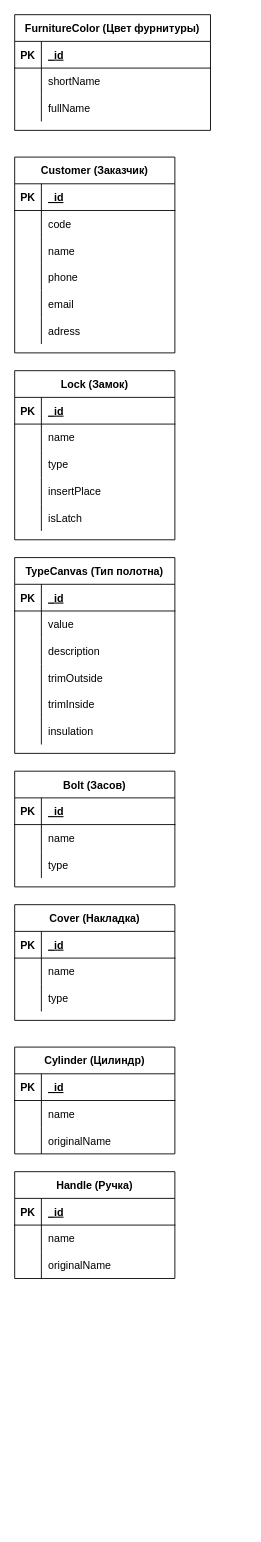
ProSysYo/bunker keeps this draw.io diagram as schema.drawio. Above is the earlier version. Source tidied: cells renumbered, new cells numbered last; positions are measured from the earlier drawing's top-left corner, leaving out a move shared by most shapes. Both pictures are drawn from the tidied source at 89%, with x=0, y=0 at pixel (14, 14).
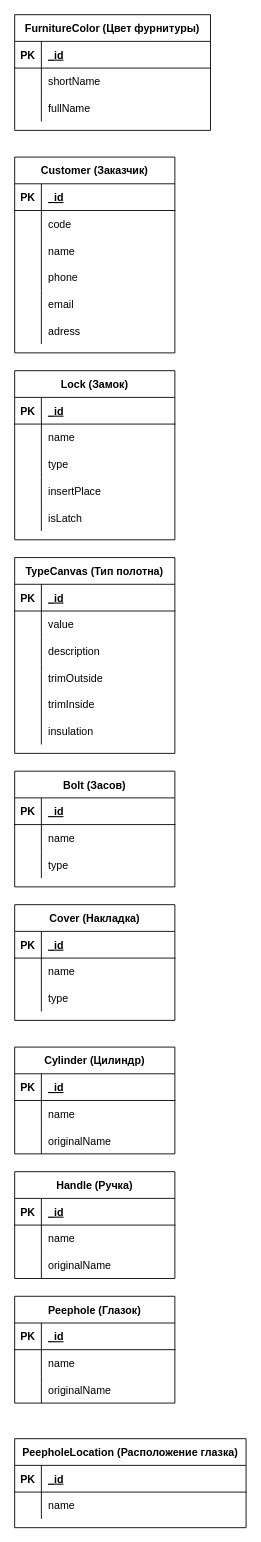
The same page after the edit.

What changed in the source:
```diff
@@
+    <mxCell id="106" value="Peephole (Глазок)" style="shape=table;startSize=30;childLayout=tableLayout;rowLines=0;fontStyle=1;align=center;" parent="1" vertex="1">
+      <mxGeometry y="1440" width="180" height="120" as="geometry" />
+    </mxCell>
+    <mxCell id="107" style="shape=partialRectangle;fillColor=none;top=0;left=0;bottom=1;right=0;" parent="106" vertex="1">
+      <mxGeometry y="30" width="180" height="30" as="geometry" />
+    </mxCell>
+    <mxCell id="108" value="PK" style="shape=partialRectangle;fillColor=none;top=0;left=0;bottom=0;right=0;fontStyle=1;overflow=hidden;" parent="107" vertex="1">
+      <mxGeometry width="30" height="30" as="geometry" />
+    </mxCell>
+    <mxCell id="109" value="_id" style="shape=partialRectangle;fillColor=none;top=0;left=0;bottom=0;right=0;align=left;spacingLeft=6;fontStyle=5;overflow=hidden;" parent="107" vertex="1">
+      <mxGeometry x="30" width="150" height="30" as="geometry" />
+    </mxCell>
+    <mxCell id="110" style="shape=partialRectangle;fillColor=none;top=0;left=0;bottom=0;right=0;" parent="106" vertex="1">
+      <mxGeometry y="60" width="180" height="30" as="geometry" />
+    </mxCell>
+    <mxCell id="111" style="shape=partialRectangle;fillColor=none;top=0;left=0;bottom=0;right=0;overflow=hidden;" parent="110" vertex="1">
+      <mxGeometry width="30" height="30" as="geometry" />
+    </mxCell>
+    <mxCell id="112" value="name" style="shape=partialRectangle;fillColor=none;top=0;left=0;bottom=0;right=0;align=left;spacingLeft=6;overflow=hidden;" parent="110" vertex="1">
+      <mxGeometry x="30" width="150" height="30" as="geometry" />
+    </mxCell>
+    <mxCell id="113" style="shape=partialRectangle;fillColor=none;top=0;left=0;bottom=0;right=0;" parent="106" vertex="1">
+      <mxGeometry y="90" width="180" height="30" as="geometry" />
+    </mxCell>
+    <mxCell id="114" style="shape=partialRectangle;fillColor=none;top=0;left=0;bottom=0;right=0;overflow=hidden;" parent="113" vertex="1">
+      <mxGeometry width="30" height="30" as="geometry" />
+    </mxCell>
+    <mxCell id="115" value="originalName" style="shape=partialRectangle;fillColor=none;top=0;left=0;bottom=0;right=0;align=left;spacingLeft=6;overflow=hidden;" parent="113" vertex="1">
+      <mxGeometry x="30" width="150" height="30" as="geometry" />
+    </mxCell>
+    <mxCell id="116" value="PeepholeLocation (Расположение глазка)" style="shape=table;startSize=30;childLayout=tableLayout;rowLines=0;fontStyle=1;align=center;" parent="1" vertex="1">
+      <mxGeometry y="1600" width="260" height="100" as="geometry" />
+    </mxCell>
+    <mxCell id="117" style="shape=partialRectangle;fillColor=none;top=0;left=0;bottom=1;right=0;" parent="116" vertex="1">
+      <mxGeometry y="30" width="260" height="30" as="geometry" />
+    </mxCell>
+    <mxCell id="118" value="PK" style="shape=partialRectangle;fillColor=none;top=0;left=0;bottom=0;right=0;fontStyle=1;overflow=hidden;" parent="117" vertex="1">
+      <mxGeometry width="30" height="30" as="geometry" />
+    </mxCell>
+    <mxCell id="119" value="_id" style="shape=partialRectangle;fillColor=none;top=0;left=0;bottom=0;right=0;align=left;spacingLeft=6;fontStyle=5;overflow=hidden;" parent="117" vertex="1">
+      <mxGeometry x="30" width="230" height="30" as="geometry" />
+    </mxCell>
+    <mxCell id="120" style="shape=partialRectangle;fillColor=none;top=0;left=0;bottom=0;right=0;" parent="116" vertex="1">
+      <mxGeometry y="60" width="260" height="30" as="geometry" />
+    </mxCell>
+    <mxCell id="121" style="shape=partialRectangle;fillColor=none;top=0;left=0;bottom=0;right=0;overflow=hidden;" parent="120" vertex="1">
+      <mxGeometry width="30" height="30" as="geometry" />
+    </mxCell>
+    <mxCell id="122" value="name" style="shape=partialRectangle;fillColor=none;top=0;left=0;bottom=0;right=0;align=left;spacingLeft=6;overflow=hidden;" parent="120" vertex="1">
+      <mxGeometry x="30" width="230" height="30" as="geometry" />
+    </mxCell>
```
